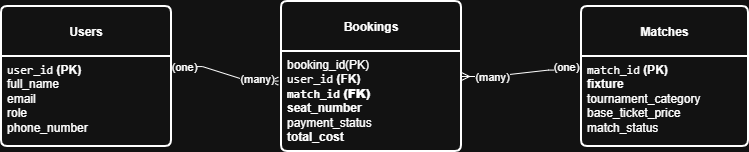
This is ERD/erd_diagram.png from milonroy26/ticket-booking-db-B7A3, a draw.io export, as it was before one commit. Source tidied: cells renumbered, new cells last; positions are measured from the earlier drawing's top-left corner, leaving out a move shared by most shapes.
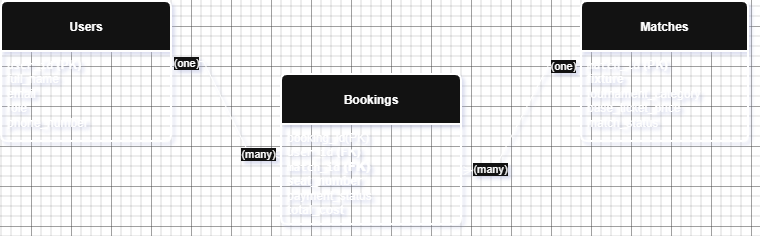
The same diagram one commit later.

Commit message:
add ERD diagram image or url update

Diff of the diagram source:
```diff
@@ -15,31 +15,28 @@
       <mxGeometry y="50" width="167" height="90" as="geometry" />
     </mxCell>
     <mxCell id="6" value="&lt;span style=&quot;font-size: 12px; font-weight: 700; white-space: nowrap;&quot;&gt;Bookings&lt;/span&gt;" style="swimlane;horizontal=1;startSize=50;rounded=1;fontSize=14;fontStyle=0;strokeWidth=2;shadow=0;dashed=0;align=center;arcSize=4;whiteSpace=wrap;html=1;" parent="1" vertex="1">
-      <mxGeometry x="280" width="180" height="150" as="geometry" />
+      <mxGeometry x="280" y="78" width="180" height="150" as="geometry" />
     </mxCell>
     <mxCell id="7" value="booking_id(PK)&lt;div&gt;&lt;code&gt;user_id&lt;/code&gt; &lt;b&gt;(FK)&lt;/b&gt;&lt;/div&gt;&lt;div&gt;&lt;b&gt;&lt;code&gt;match_id&lt;/code&gt; &lt;b&gt;(FK)&lt;/b&gt;&lt;/b&gt;&lt;/div&gt;&lt;div&gt;&lt;span style=&quot;font-weight: bold; background-color: transparent; color: light-dark(rgb(0, 0, 0), rgb(255, 255, 255));&quot;&gt;seat_number&lt;/span&gt;&lt;/div&gt;&lt;div&gt;payment_status&lt;/div&gt;&lt;div&gt;&lt;b&gt;total_cost&lt;/b&gt;&lt;/div&gt;" style="align=left;strokeColor=none;fillColor=none;spacingLeft=4;spacingRight=4;fontSize=12;verticalAlign=top;html=1;whiteSpace=wrap;" parent="6" vertex="1">
       <mxGeometry y="50" width="180" height="100" as="geometry" />
     </mxCell>
-    <mxCell id="8" style="edgeStyle=entityRelationEdgeStyle;fontSize=12;html=1;endArrow=ERmany;rounded=0;endFill=0;exitX=1.012;exitY=0.112;exitDx=0;exitDy=0;exitPerimeter=0;entryX=-0.012;entryY=0.296;entryDx=0;entryDy=0;entryPerimeter=0;startArrow=none;startFill=0;" parent="1" edge="1">
-      <mxGeometry relative="1" as="geometry">
-        <mxPoint x="171" y="65.1" as="sourcePoint" />
-        <mxPoint x="276.8" y="79.6" as="targetPoint" />
-      </mxGeometry>
+    <mxCell id="8" style="edgeStyle=entityRelationEdgeStyle;fontSize=12;html=1;endArrow=ERmany;rounded=0;endFill=0;exitX=1.012;exitY=0.112;exitDx=0;exitDy=0;exitPerimeter=0;entryX=-0.012;entryY=0.296;entryDx=0;entryDy=0;entryPerimeter=0;" parent="1" edge="1" source="3" target="7">
+      <mxGeometry relative="1" as="geometry" />
     </mxCell>
-    <mxCell id="9" value="(one)" style="edgeLabel;html=1;align=center;verticalAlign=middle;" parent="8" vertex="1">
-      <mxGeometry x="-0.8" relative="1" as="geometry" />
-    </mxCell>
-    <mxCell id="10" value="(many)" style="edgeLabel;html=1;align=center;verticalAlign=middle;" parent="8" vertex="1">
-      <mxGeometry x="0.6" y="2" relative="1" as="geometry" />
-    </mxCell>
+    <mxCell id="14" value="(one)" style="edgeLabel;html=1;align=center;verticalAlign=middle;" parent="8" vertex="1">
+      <mxGeometry x="-0.85" y="-1" relative="1" as="geometry" />
+    </mxCell>
+    <mxCell id="15" value="(many)" style="edgeLabel;html=1;align=center;verticalAlign=middle;" parent="8" vertex="1">
+      <mxGeometry x="0.74" relative="1" as="geometry" />
+    </mxCell>
-    <mxCell id="11" style="edgeStyle=entityRelationEdgeStyle;fontSize=12;html=1;endArrow=none;rounded=0;entryX=-0.018;entryY=0.151;entryDx=0;entryDy=0;entryPerimeter=0;exitX=1;exitY=0.25;exitDx=0;exitDy=0;startArrow=ERmany;startFill=0;endFill=0;" parent="1" edge="1" source="7" target="5">
+    <mxCell id="11" style="edgeStyle=entityRelationEdgeStyle;fontSize=12;html=1;endArrow=none;rounded=0;entryX=-0.018;entryY=0.151;entryDx=0;entryDy=0;entryPerimeter=0;exitX=1.011;exitY=0.461;exitDx=0;exitDy=0;startArrow=ERmany;startFill=0;endFill=0;exitPerimeter=0;" parent="1" edge="1" source="7" target="5">
       <mxGeometry relative="1" as="geometry" />
     </mxCell>
-    <mxCell id="12" value="(one)" style="edgeLabel;html=1;align=center;verticalAlign=middle;" parent="11" vertex="1">
-      <mxGeometry x="0.79" y="3" relative="1" as="geometry" />
-    </mxCell>
-    <mxCell id="13" value="(many)" style="edgeLabel;html=1;align=center;verticalAlign=middle;" parent="11" vertex="1">
-      <mxGeometry x="-0.5" y="-1" relative="1" as="geometry" />
-    </mxCell>
+    <mxCell id="16" value="(many)" style="edgeLabel;html=1;align=center;verticalAlign=middle;" parent="11" vertex="1">
+      <mxGeometry x="-0.7" y="2" relative="1" as="geometry" />
+    </mxCell>
+    <mxCell id="17" value="(one)" style="edgeLabel;html=1;align=center;verticalAlign=middle;" parent="11" vertex="1">
+      <mxGeometry x="0.82" y="-1" relative="1" as="geometry" />
+    </mxCell>
   </root>
 </mxGraphModel>
```
